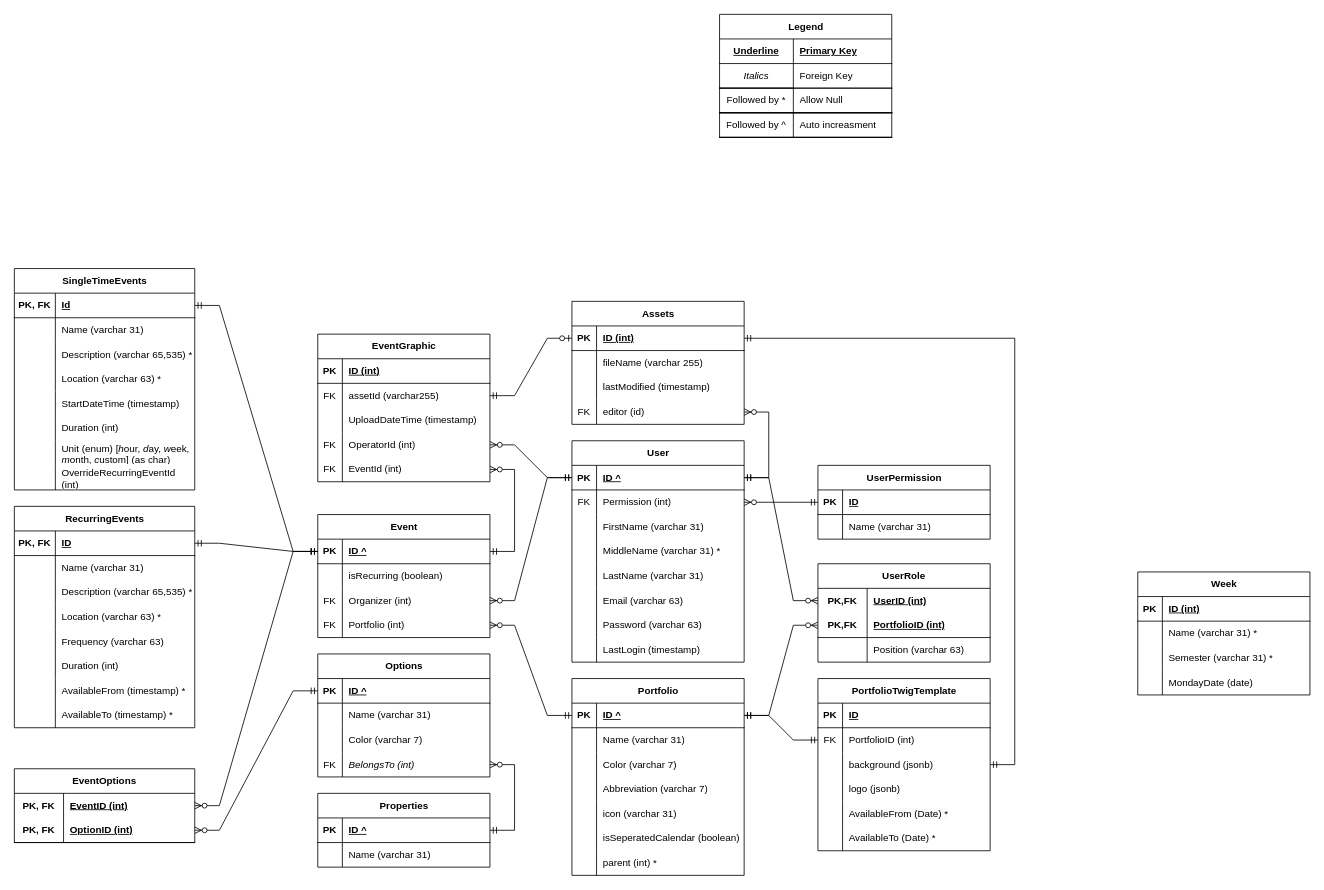
stewebb/eTWIG keeps this draw.io diagram as design/eTWIG.ER.drawio. Above is the earlier version. Source tidied: cells renumbered, new cells numbered last; positions are measured from the earlier drawing's top-left corner, leaving out a move shared by most shapes. Both pictures are drawn from the tidied source at 82%, with x=0, y=0 at pixel (14, 14).
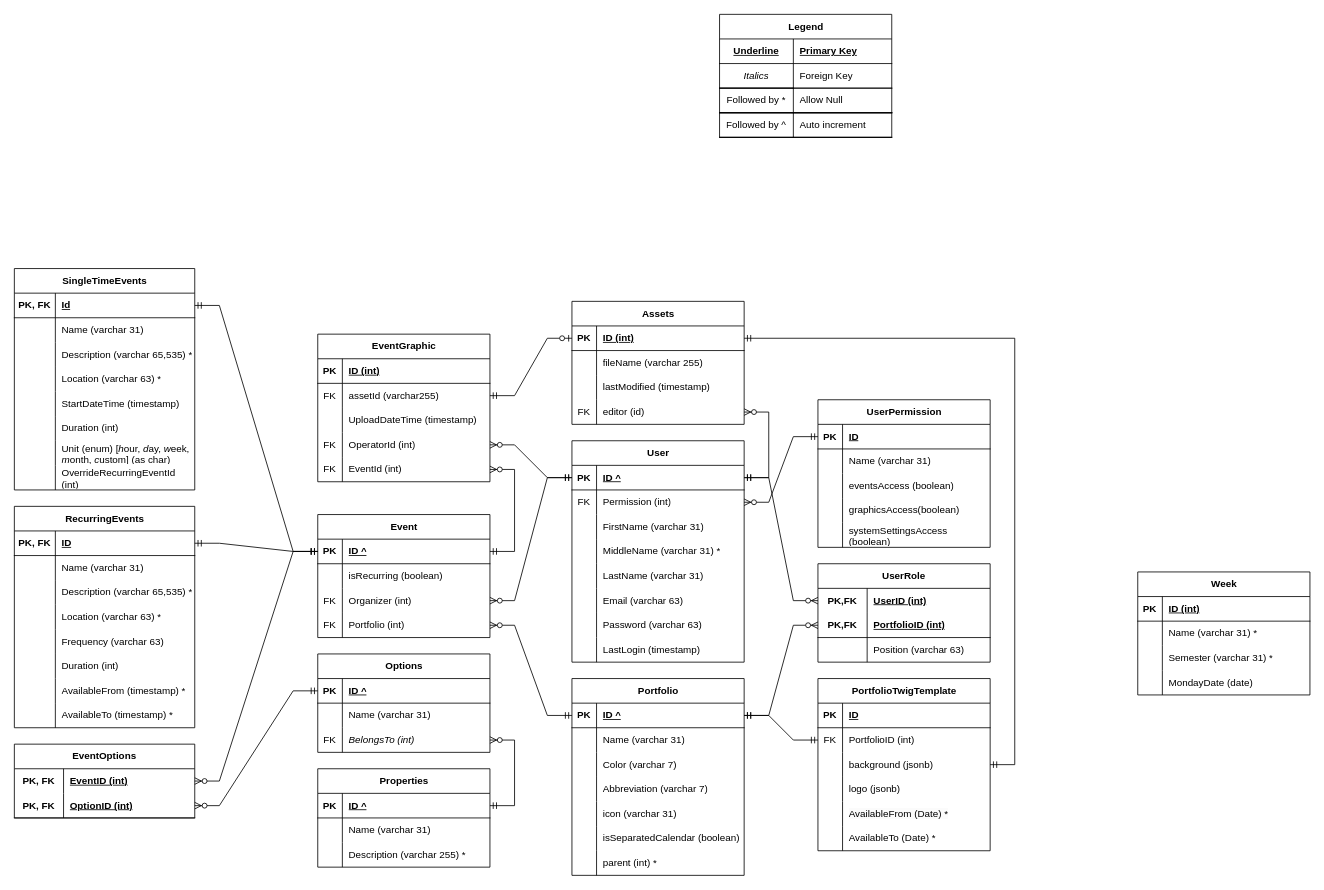
The same page after the edit.

The change refers to these unchanged cells:
```xml
<mxCell id="31" style="shape=tableRow;horizontal=0;startSize=0;swimlaneHead=0;swimlaneBody=0;fillColor=none;top=0;left=0;right=0;bottom=0;" parent="15" vertex="1">
  <mxGeometry y="180" width="210" height="30" as="geometry" />
</mxCell>
<mxCell id="47" style="shape=tableRow;horizontal=0;startSize=0;swimlaneHead=0;swimlaneBody=0;fillColor=none;top=1;left=0;right=0;bottom=1;" parent="37" vertex="1">
  <mxGeometry y="120" width="210" height="30" as="geometry" />
</mxCell>
```

Change to the diagram source:
```diff
@@
-    <mxCell id="33" value="isSeperatedCalendar (boolean)" style="shape=partialRectangle;fillColor=none;top=0;left=0;bottom=0;right=0;align=left;spacingLeft=6;overflow=hidden;whiteSpace=wrap;html=1;" parent="31" vertex="1">
+    <mxCell id="33" value="isSeparatedCalendar (boolean)" style="shape=partialRectangle;fillColor=none;top=0;left=0;bottom=0;right=0;align=left;spacingLeft=6;overflow=hidden;whiteSpace=wrap;html=1;" parent="31" vertex="1">
       <mxGeometry x="30" width="180" height="30" as="geometry" />
     </mxCell>
@@
-    <mxCell id="49" value="Auto increasment" style="shape=partialRectangle;fillColor=none;top=1;left=0;bottom=1;right=0;align=left;spacingLeft=6;overflow=hidden;whiteSpace=wrap;html=1;" parent="47" vertex="1">
+    <mxCell id="49" value="Auto increment" style="shape=partialRectangle;fillColor=none;top=1;left=0;bottom=1;right=0;align=left;spacingLeft=6;overflow=hidden;whiteSpace=wrap;html=1;" parent="47" vertex="1">
       <mxGeometry x="90" width="120" height="30" as="geometry" />
     </mxCell>
@@
     <mxCell id="75" value="UserPermission" style="shape=table;startSize=30;childLayout=tableLayout;rowLines=0;fontStyle=1;align=center;html=1;" parent="1" vertex="1">
-      <mxGeometry x="980" y="550" width="210" height="90" as="geometry" />
+      <mxGeometry x="980" y="470" width="210" height="180" as="geometry" />
     </mxCell>
@@
+    <mxCell id="246" style="shape=tableRow;horizontal=0;startSize=0;swimlaneHead=0;swimlaneBody=0;fillColor=none;top=0;left=0;right=0;bottom=0;" parent="75" vertex="1">
+      <mxGeometry y="90" width="210" height="30" as="geometry" />
+    </mxCell>
+    <mxCell id="247" style="shape=partialRectangle;fillColor=none;top=0;left=0;bottom=0;right=0;overflow=hidden;whiteSpace=wrap;html=1;" parent="246" vertex="1">
+      <mxGeometry width="30" height="30" as="geometry" />
+    </mxCell>
+    <mxCell id="248" value="eventsAccess (boolean)" style="shape=partialRectangle;fillColor=none;top=0;left=0;bottom=0;right=0;align=left;spacingLeft=6;overflow=hidden;whiteSpace=wrap;html=1;" parent="246" vertex="1">
+      <mxGeometry x="30" width="180" height="30" as="geometry" />
+    </mxCell>
+    <mxCell id="249" style="shape=tableRow;horizontal=0;startSize=0;swimlaneHead=0;swimlaneBody=0;fillColor=none;top=0;left=0;right=0;bottom=0;" parent="75" vertex="1">
+      <mxGeometry y="120" width="210" height="30" as="geometry" />
+    </mxCell>
+    <mxCell id="250" style="shape=partialRectangle;fillColor=none;top=0;left=0;bottom=0;right=0;overflow=hidden;whiteSpace=wrap;html=1;" parent="249" vertex="1">
+      <mxGeometry width="30" height="30" as="geometry" />
+    </mxCell>
+    <mxCell id="251" value="graphicsAccess(boolean)" style="shape=partialRectangle;fillColor=none;top=0;left=0;bottom=0;right=0;align=left;spacingLeft=6;overflow=hidden;whiteSpace=wrap;html=1;" parent="249" vertex="1">
+      <mxGeometry x="30" width="180" height="30" as="geometry" />
+    </mxCell>
+    <mxCell id="252" style="shape=tableRow;horizontal=0;startSize=0;swimlaneHead=0;swimlaneBody=0;fillColor=none;top=0;left=0;right=0;bottom=0;" parent="75" vertex="1">
+      <mxGeometry y="150" width="210" height="30" as="geometry" />
+    </mxCell>
+    <mxCell id="253" style="shape=partialRectangle;fillColor=none;top=0;left=0;bottom=0;right=0;overflow=hidden;whiteSpace=wrap;html=1;" parent="252" vertex="1">
+      <mxGeometry width="30" height="30" as="geometry" />
+    </mxCell>
+    <mxCell id="254" value="systemSettingsAccess (boolean)" style="shape=partialRectangle;fillColor=none;top=0;left=0;bottom=0;right=0;align=left;spacingLeft=6;overflow=hidden;whiteSpace=wrap;html=1;" parent="252" vertex="1">
+      <mxGeometry x="30" width="180" height="30" as="geometry" />
+    </mxCell>
@@
     <mxCell id="134" value="Properties" style="shape=table;startSize=30;childLayout=tableLayout;rowLines=0;fontStyle=1;align=center;html=1;" parent="1" vertex="1">
-      <mxGeometry x="370" y="950" width="210" height="90" as="geometry" />
+      <mxGeometry x="370" y="920" width="210" height="120" as="geometry" />
     </mxCell>
@@
+    <mxCell id="255" style="shape=tableRow;horizontal=0;startSize=0;swimlaneHead=0;swimlaneBody=0;fillColor=none;top=0;left=0;right=0;bottom=0;" parent="134" vertex="1">
+      <mxGeometry y="90" width="210" height="30" as="geometry" />
+    </mxCell>
+    <mxCell id="256" style="shape=partialRectangle;fillColor=none;top=0;left=0;bottom=0;right=0;overflow=hidden;whiteSpace=wrap;html=1;" parent="255" vertex="1">
+      <mxGeometry width="30" height="30" as="geometry" />
+    </mxCell>
+    <mxCell id="257" value="Description (varchar 255) *" style="shape=partialRectangle;fillColor=none;top=0;left=0;bottom=0;right=0;align=left;spacingLeft=6;overflow=hidden;whiteSpace=wrap;html=1;" parent="255" vertex="1">
+      <mxGeometry x="30" width="180" height="30" as="geometry" />
+    </mxCell>
     <mxCell id="141" value="Options" style="shape=table;startSize=30;childLayout=tableLayout;rowLines=0;fontStyle=1;align=center;html=1;" parent="1" vertex="1">
-      <mxGeometry x="370" y="780" width="210" height="150" as="geometry" />
+      <mxGeometry x="370" y="780" width="210" height="120" as="geometry" />
     </mxCell>
@@
-    <mxCell id="148" style="shape=tableRow;horizontal=0;startSize=0;swimlaneHead=0;swimlaneBody=0;fillColor=none;top=0;left=0;right=0;bottom=0;" parent="141" vertex="1">
-      <mxGeometry y="90" width="210" height="30" as="geometry" />
-    </mxCell>
-    <mxCell id="149" style="shape=partialRectangle;fillColor=none;top=0;left=0;bottom=0;right=0;overflow=hidden;whiteSpace=wrap;html=1;" parent="148" vertex="1">
-      <mxGeometry width="30" height="30" as="geometry" />
-    </mxCell>
-    <mxCell id="150" value="Color (varchar 7)" style="shape=partialRectangle;fillColor=none;top=0;left=0;bottom=0;right=0;align=left;spacingLeft=6;overflow=hidden;whiteSpace=wrap;html=1;" parent="148" vertex="1">
-      <mxGeometry x="30" width="180" height="30" as="geometry" />
-    </mxCell>
     <mxCell id="151" style="shape=tableRow;horizontal=0;startSize=0;swimlaneHead=0;swimlaneBody=0;fillColor=none;points=[[0,0.5],[1,0.5]];portConstraint=eastwest;top=0;left=0;right=0;bottom=0;" parent="141" vertex="1">
-      <mxGeometry y="120" width="210" height="30" as="geometry" />
+      <mxGeometry y="90" width="210" height="30" as="geometry" />
     </mxCell>
@@
     <mxCell id="154" value="EventOptions" style="shape=table;startSize=30;childLayout=tableLayout;rowLines=0;fontStyle=1;align=center;html=1;whiteSpace=wrap;" parent="1" vertex="1">
-      <mxGeometry y="920" width="220" height="90" as="geometry" />
+      <mxGeometry y="890" width="220" height="90" as="geometry" />
     </mxCell>
```
